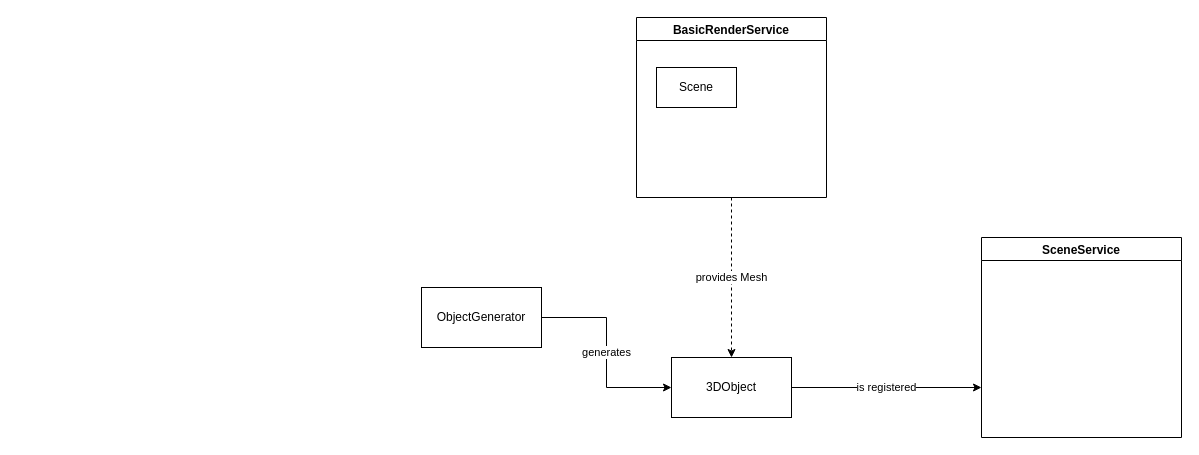
The draw.io diagram doc/architecture.drawio in MartinPyka/popupapp, before the edit. Source tidied: cells renumbered, new cells numbered last; positions are measured from the earlier drawing's top-left corner, leaving out a move shared by most shapes. Both pictures are drawn from the tidied source at 100%, with x=0, y=0 at pixel (421, 17).
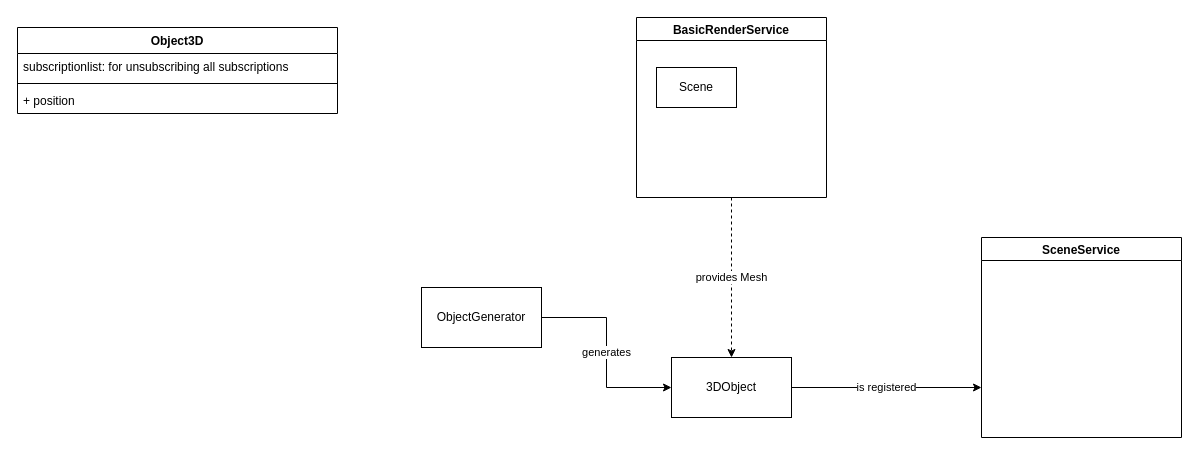
After the change.

Commit message:
updated architecture diagram

Change to the diagram source:
```diff
@@
 <mxGraphModel>
   <root>
     <mxCell id="0" />
     <mxCell id="1" parent="0" />
     <mxCell id="2" value="generates" style="edgeStyle=orthogonalEdgeStyle;rounded=0;jettySize=auto;html=1;entryX=0;entryY=0.5;entryDx=0;entryDy=0;" parent="1" edge="1" source="3" target="8">
       <mxGeometry relative="1" as="geometry" />
     </mxCell>
     <mxCell id="3" value="ObjectGenerator" style="rounded=0;whiteSpace=wrap;html=1;" parent="1" vertex="1">
       <mxGeometry y="270" width="120" height="60" as="geometry" />
     </mxCell>
     <mxCell id="4" value="provides Mesh" style="edgeStyle=orthogonalEdgeStyle;rounded=0;jettySize=auto;html=1;dashed=1;" parent="1" edge="1" source="5" target="8">
       <mxGeometry relative="1" as="geometry" />
     </mxCell>
     <mxCell id="5" value="BasicRenderService" style="swimlane;" parent="1" vertex="1">
       <mxGeometry x="215" width="190" height="180" as="geometry" />
     </mxCell>
     <mxCell id="6" value="Scene" style="rounded=0;whiteSpace=wrap;html=1;" parent="5" vertex="1">
       <mxGeometry x="20" y="50" width="80" height="40" as="geometry" />
     </mxCell>
     <mxCell id="7" value="is registered" style="edgeStyle=orthogonalEdgeStyle;rounded=0;jettySize=auto;html=1;entryX=0;entryY=0.75;entryDx=0;entryDy=0;" parent="1" edge="1" source="8" target="9">
       <mxGeometry relative="1" as="geometry" />
     </mxCell>
     <mxCell id="8" value="3DObject" style="rounded=0;whiteSpace=wrap;html=1;" parent="1" vertex="1">
       <mxGeometry x="250" y="340" width="120" height="60" as="geometry" />
     </mxCell>
     <mxCell id="9" value="SceneService" style="swimlane;" parent="1" vertex="1">
       <mxGeometry x="560" y="220" width="200" height="200" as="geometry" />
     </mxCell>
+    <mxCell id="10" value="Object3D" style="swimlane;fontStyle=1;align=center;verticalAlign=top;horizontal=1;startSize=26;" parent="1" vertex="1">
+      <mxGeometry x="-404" y="10" width="320" height="86" as="geometry" />
+    </mxCell>
+    <mxCell id="11" value="subscriptionlist: for unsubscribing all subscriptions" style="text;strokeColor=none;fillColor=none;align=left;verticalAlign=top;spacingLeft=4;spacingRight=4;overflow=hidden;" parent="10" vertex="1">
+      <mxGeometry y="26" width="320" height="26" as="geometry" />
+    </mxCell>
+    <mxCell id="12" style="line;strokeWidth=1;fillColor=none;align=left;verticalAlign=middle;spacingTop=-1;spacingLeft=3;spacingRight=3;labelPosition=right;" parent="10" vertex="1">
+      <mxGeometry y="52" width="320" height="8" as="geometry" />
+    </mxCell>
+    <mxCell id="13" value="+ position" style="text;strokeColor=none;fillColor=none;align=left;verticalAlign=top;spacingLeft=4;spacingRight=4;overflow=hidden;" parent="10" vertex="1">
+      <mxGeometry y="60" width="320" height="26" as="geometry" />
+    </mxCell>
   </root>
 </mxGraphModel>
```
